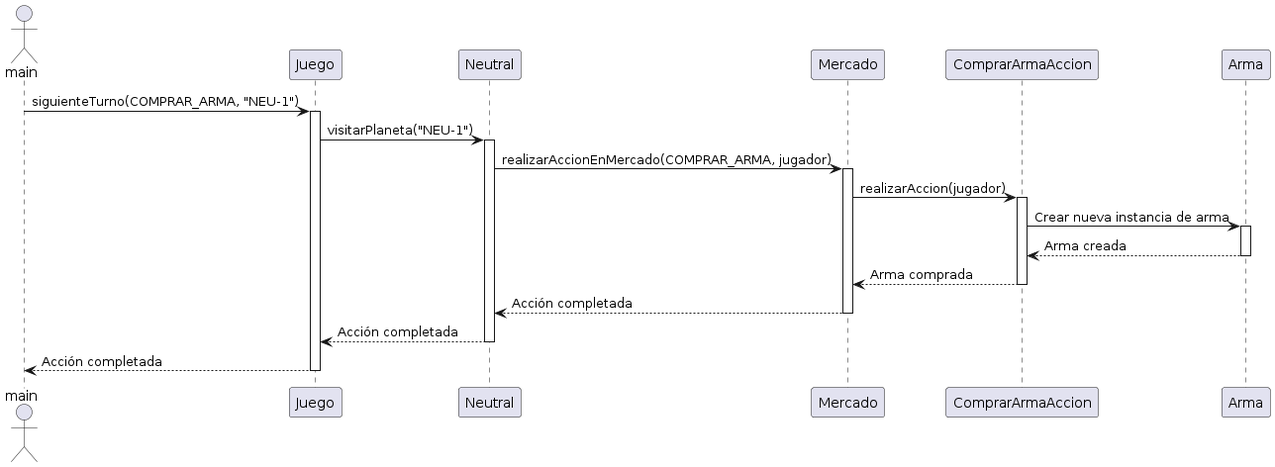
The PlantUML diagram src/main/java/org/example/Diagrams/DiagramaDeSecuenciaComprarItem.png in ianlio-git/LostGalaxy, before a commit.
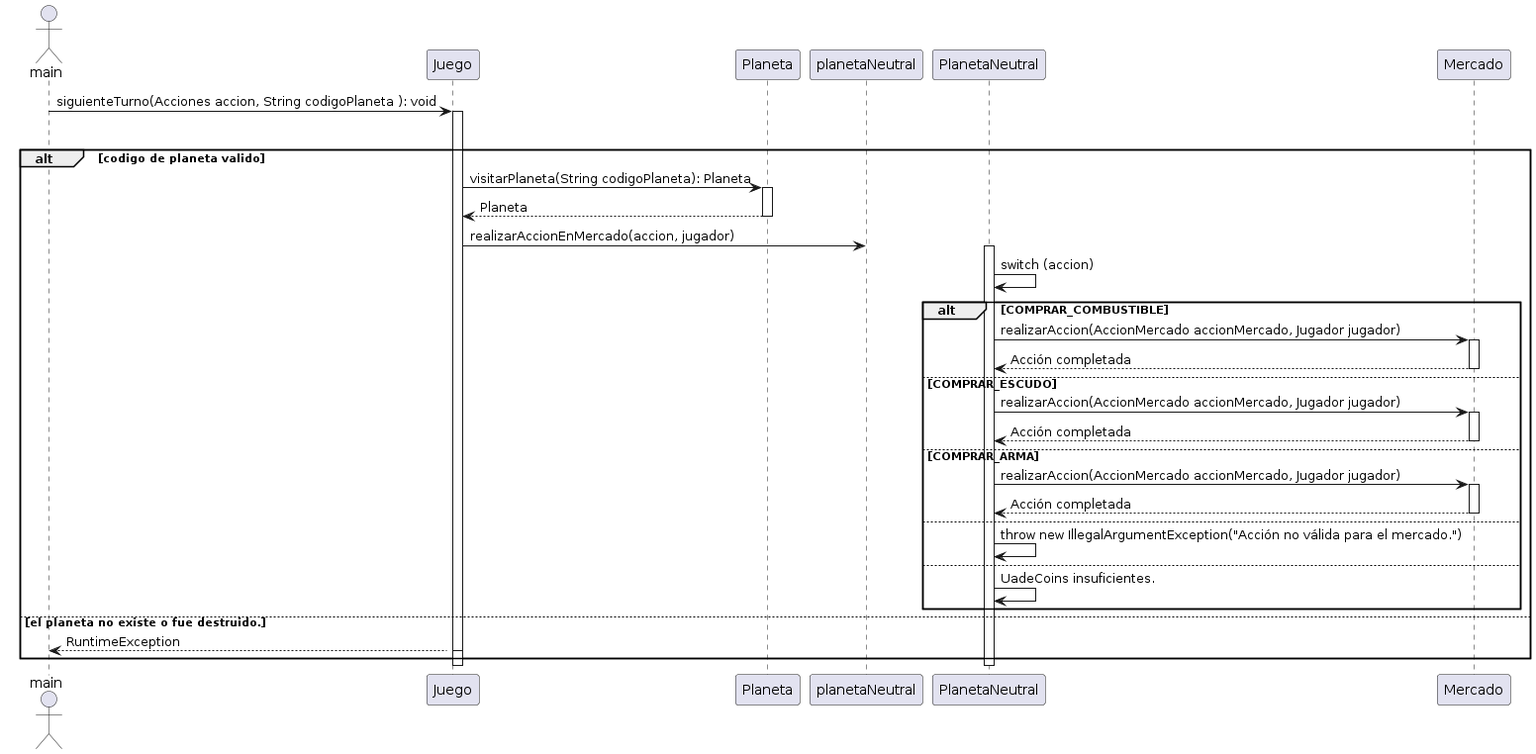
The same diagram one commit later.

The edit, as a diff of the source:
```diff
@@ -1,28 +1,45 @@
 @startuml
 actor main
-participant Juego
-participant Neutral
-participant Mercado
-participant ComprarArmaAccion
-participant Arma
-main -> Juego: siguienteTurno(COMPRAR_ARMA, "NEU-1")
+
+main -> Juego: siguienteTurno(Acciones accion, String codigoPlaneta ): void
 activate Juego
-Juego -> Neutral: visitarPlaneta("NEU-1")
-activate Neutral
-Neutral -> Mercado: realizarAccionEnMercado(COMPRAR_ARMA, jugador)
-activate Mercado
-Mercado -> ComprarArmaAccion: realizarAccion(jugador)
-activate ComprarArmaAccion
-ComprarArmaAccion -> Arma: Crear nueva instancia de arma
-activate Arma
-Arma --> ComprarArmaAccion: Arma creada
-deactivate Arma
-ComprarArmaAccion --> Mercado: Arma comprada
-deactivate ComprarArmaAccion
-Mercado --> Neutral: Acción completada
-deactivate Mercado
-Neutral --> Juego: Acción completada
-deactivate Neutral
-Juego --> main: Acción completada
+    loop busca planeta segun codigo
+        alt codigo de planeta valido
+            activate Juego
+                Juego -> Planeta: visitarPlaneta(String codigoPlaneta): Planeta
+            activate Planeta
+                Planeta --> Juego: Planeta
+            deactivate Planeta
+
+Juego -> planetaNeutral : realizarAccionEnMercado(accion, jugador)
+activate PlanetaNeutral
+
+PlanetaNeutral -> PlanetaNeutral : switch (accion)
+alt COMPRAR_COMBUSTIBLE
+    PlanetaNeutral -> Mercado : realizarAccion(AccionMercado accionMercado, Jugador jugador)
+    activate Mercado
+    Mercado --> PlanetaNeutral: Acción completada
+    deactivate Mercado
+else COMPRAR_ESCUDO
+    PlanetaNeutral -> Mercado : realizarAccion(AccionMercado accionMercado, Jugador jugador)
+    activate Mercado
+    Mercado --> PlanetaNeutral: Acción completada
+    deactivate Mercado
+else COMPRAR_ARMA
+    PlanetaNeutral -> Mercado : realizarAccion(AccionMercado accionMercado, Jugador jugador)
+    activate Mercado
+    Mercado --> PlanetaNeutral: Acción completada
+    deactivate Mercado
+else
+    PlanetaNeutral -> PlanetaNeutral : throw new IllegalArgumentException("Acción no válida para el mercado.")
+else
+    PlanetaNeutral -> PlanetaNeutral : UadeCoins insuficientes.
+end
+      else el planeta no existe o fue destruido.
+                Juego --> main : RuntimeException
+            deactivate Juego
+end
+
+deactivate PlanetaNeutral
 deactivate Juego
 @enduml
```
